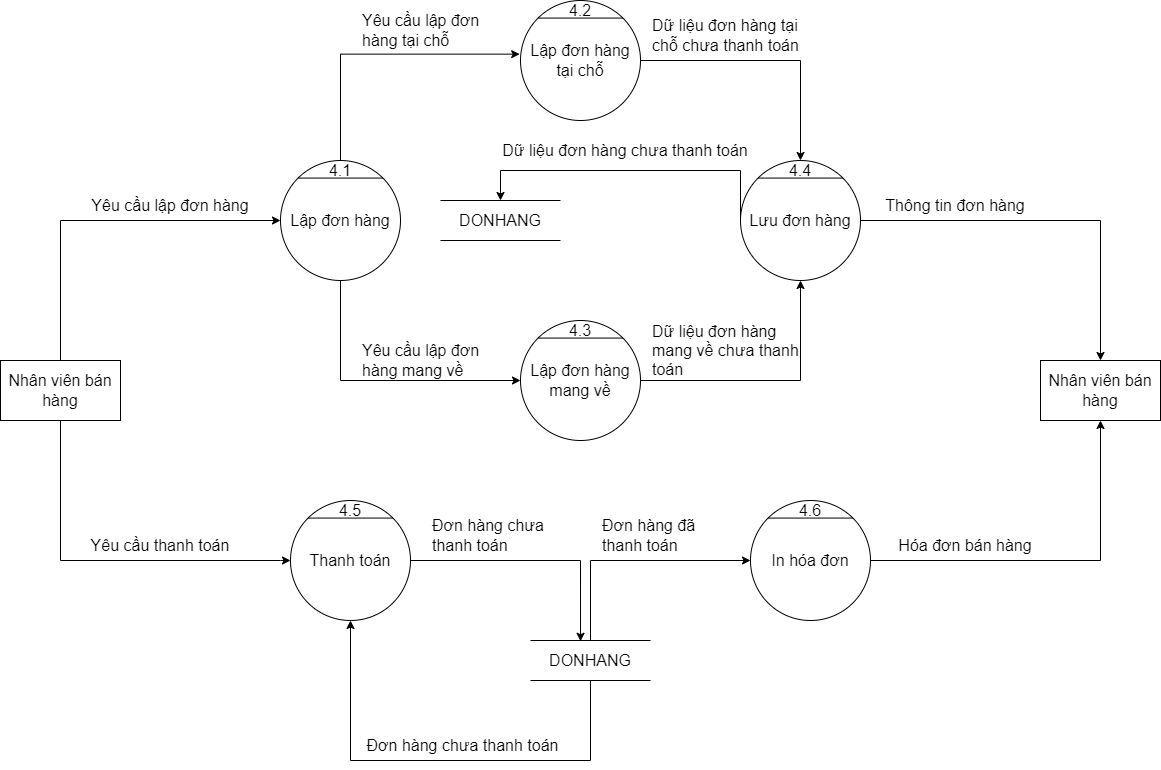
Earlier version of the draw.io export BFD&DFD/DFD_1_Sell_Version_Final.png (hungtadasuke/CoffeShop_SoftwareTechnology). Source tidied: cells renumbered, new cells last; positions are measured from the earlier drawing's top-left corner, leaving out a move shared by most shapes.
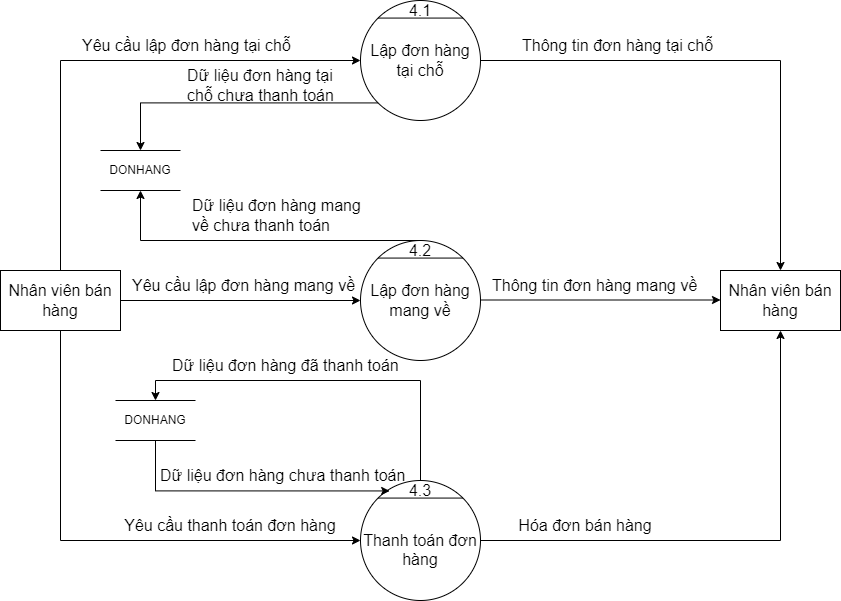
After the change.

What changed in the source:
```diff
@@ -2,178 +2,128 @@
   <root>
     <mxCell id="0" />
     <mxCell id="1" parent="0" />
-    <mxCell id="2" value="Lập đơn hàng" style="ellipse;whiteSpace=wrap;html=1;fontSize=16;" parent="1" vertex="1">
-      <mxGeometry x="280" y="160" width="120" height="120" as="geometry" />
-    </mxCell>
-    <mxCell id="3" style="endArrow=none;html=1;rounded=0;exitX=0;exitY=0;exitDx=0;exitDy=0;entryX=1;entryY=0;entryDx=0;entryDy=0;fontSize=16;" parent="1" edge="1" source="2" target="2">
-      <mxGeometry relative="1" as="geometry" />
-    </mxCell>
-    <mxCell id="4" value="4.1" style="text;html=1;strokeColor=none;fillColor=none;align=center;verticalAlign=middle;whiteSpace=wrap;rounded=0;fontSize=16;" parent="1" vertex="1">
-      <mxGeometry x="320" y="160" width="40" height="20" as="geometry" />
-    </mxCell>
     <mxCell id="5" value="Nhân viên bán hàng" style="rounded=0;whiteSpace=wrap;html=1;fontSize=16;" parent="1" vertex="1">
-      <mxGeometry y="360" width="120" height="60" as="geometry" />
+      <mxGeometry x="160" y="270" width="120" height="60" as="geometry" />
     </mxCell>
-    <mxCell id="6" value="Yêu cầu lập đơn hàng" style="text;html=1;strokeColor=none;fillColor=none;align=center;verticalAlign=middle;whiteSpace=wrap;rounded=0;fontSize=16;" parent="1" vertex="1">
-      <mxGeometry x="90" y="190" width="160" height="30" as="geometry" />
-    </mxCell>
     <mxCell id="7" value="Lập đơn hàng tại chỗ" style="ellipse;whiteSpace=wrap;html=1;fontSize=16;" parent="1" vertex="1">
       <mxGeometry x="520" width="120" height="120" as="geometry" />
     </mxCell>
     <mxCell id="8" style="endArrow=none;html=1;rounded=0;exitX=0;exitY=0;exitDx=0;exitDy=0;entryX=1;entryY=0;entryDx=0;entryDy=0;fontSize=16;" parent="1" edge="1" source="7" target="7">
       <mxGeometry relative="1" as="geometry" />
     </mxCell>
-    <mxCell id="9" value="4.2" style="text;html=1;strokeColor=none;fillColor=none;align=center;verticalAlign=middle;whiteSpace=wrap;rounded=0;fontSize=16;" parent="1" vertex="1">
+    <mxCell id="9" value="4.1" style="text;html=1;strokeColor=none;fillColor=none;align=center;verticalAlign=middle;whiteSpace=wrap;rounded=0;fontSize=16;" parent="1" vertex="1">
       <mxGeometry x="560" width="40" height="20" as="geometry" />
     </mxCell>
     <mxCell id="10" value="Lập đơn hàng mang về" style="ellipse;whiteSpace=wrap;html=1;fontSize=16;" parent="1" vertex="1">
-      <mxGeometry x="520" y="320" width="120" height="120" as="geometry" />
+      <mxGeometry x="520" y="240" width="120" height="120" as="geometry" />
     </mxCell>
     <mxCell id="11" style="endArrow=none;html=1;rounded=0;exitX=0;exitY=0;exitDx=0;exitDy=0;entryX=1;entryY=0;entryDx=0;entryDy=0;fontSize=16;" parent="1" edge="1" source="10" target="10">
       <mxGeometry relative="1" as="geometry" />
     </mxCell>
-    <mxCell id="12" value="4.3" style="text;html=1;strokeColor=none;fillColor=none;align=center;verticalAlign=middle;whiteSpace=wrap;rounded=0;fontSize=16;" parent="1" vertex="1">
-      <mxGeometry x="560" y="320" width="40" height="20" as="geometry" />
+    <mxCell id="12" value="4.2" style="text;html=1;strokeColor=none;fillColor=none;align=center;verticalAlign=middle;whiteSpace=wrap;rounded=0;fontSize=16;" parent="1" vertex="1">
+      <mxGeometry x="560" y="240" width="40" height="20" as="geometry" />
     </mxCell>
-    <mxCell id="13" style="edgeStyle=elbowEdgeStyle;elbow=horizontal;endArrow=classic;html=1;rounded=0;fontSize=16;entryX=-0.007;entryY=0.447;entryDx=0;entryDy=0;entryPerimeter=0;exitX=0.5;exitY=0;exitDx=0;exitDy=0;" parent="1" edge="1" source="4" target="7">
+    <mxCell id="13" style="edgeStyle=elbowEdgeStyle;elbow=horizontal;endArrow=classic;html=1;rounded=0;fontSize=16;exitX=0.5;exitY=0;exitDx=0;exitDy=0;entryX=0;entryY=0.5;entryDx=0;entryDy=0;" parent="1" edge="1" source="5" target="7">
       <mxGeometry relative="1" as="geometry">
         <Array as="points">
-          <mxPoint x="340" y="110" />
+          <mxPoint x="220" y="170" />
         </Array>
       </mxGeometry>
     </mxCell>
     <mxCell id="14" value="Yêu cầu lập đơn hàng tại chỗ" style="text;html=1;strokeColor=none;fillColor=none;align=left;verticalAlign=middle;whiteSpace=wrap;rounded=0;fontSize=16;" parent="1" vertex="1">
-      <mxGeometry x="360" y="10" width="130" height="40" as="geometry" />
+      <mxGeometry x="240" y="25" width="240" height="40" as="geometry" />
     </mxCell>
-    <mxCell id="15" style="edgeStyle=segmentEdgeStyle;endArrow=classic;html=1;rounded=0;fontSize=16;entryX=0;entryY=0.5;entryDx=0;entryDy=0;exitX=0.5;exitY=1;exitDx=0;exitDy=0;" parent="1" edge="1" source="2" target="10">
-      <mxGeometry relative="1" as="geometry">
-        <Array as="points">
-          <mxPoint x="340" y="380" />
-        </Array>
-      </mxGeometry>
-    </mxCell>
-    <mxCell id="16" value="Yêu cầu lập đơn hàng mang về" style="text;html=1;strokeColor=none;fillColor=none;align=left;verticalAlign=middle;whiteSpace=wrap;rounded=0;fontSize=16;" parent="1" vertex="1">
-      <mxGeometry x="360" y="340" width="130" height="40" as="geometry" />
-    </mxCell>
-    <mxCell id="17" value="DONHANG" style="shape=partialRectangle;whiteSpace=wrap;html=1;left=0;right=0;fillColor=none;fontSize=16;" parent="1" vertex="1">
-      <mxGeometry x="440" y="200" width="120" height="40" as="geometry" />
-    </mxCell>
-    <mxCell id="18" style="edgeStyle=segmentEdgeStyle;endArrow=classic;html=1;rounded=0;fontSize=16;exitX=1;exitY=0.5;exitDx=0;exitDy=0;" parent="1" edge="1" source="7">
+    <mxCell id="18" style="edgeStyle=segmentEdgeStyle;endArrow=classic;html=1;rounded=0;fontSize=16;exitX=1;exitY=0.5;exitDx=0;exitDy=0;entryX=0.5;entryY=0;entryDx=0;entryDy=0;" parent="1" edge="1" source="7" target="30">
       <mxGeometry relative="1" as="geometry">
-        <mxPoint x="800" y="160" as="targetPoint" />
+        <Array as="points">
+          <mxPoint x="940" y="60" />
+        </Array>
       </mxGeometry>
     </mxCell>
-    <mxCell id="19" style="edgeStyle=segmentEdgeStyle;endArrow=classic;html=1;rounded=0;fontSize=16;exitX=1;exitY=0.5;exitDx=0;exitDy=0;" parent="1" edge="1" source="10">
-      <mxGeometry relative="1" as="geometry">
-        <mxPoint x="800" y="280" as="targetPoint" />
-      </mxGeometry>
-    </mxCell>
-    <mxCell id="20" value="Dữ liệu đơn hàng tại chỗ chưa thanh toán" style="text;html=1;strokeColor=none;fillColor=none;align=left;verticalAlign=middle;whiteSpace=wrap;rounded=0;fontSize=16;" parent="1" vertex="1">
-      <mxGeometry x="650" y="10" width="150" height="50" as="geometry" />
+    <mxCell id="20" value="Thông tin đơn hàng tại chỗ" style="text;html=1;strokeColor=none;fillColor=none;align=left;verticalAlign=middle;whiteSpace=wrap;rounded=0;fontSize=16;" parent="1" vertex="1">
+      <mxGeometry x="680" y="20" width="210" height="50" as="geometry" />
     </mxCell>
-    <mxCell id="21" value="Dữ liệu đơn hàng mang về chưa thanh toán" style="text;html=1;strokeColor=none;fillColor=none;align=left;verticalAlign=middle;whiteSpace=wrap;rounded=0;fontSize=16;" parent="1" vertex="1">
-      <mxGeometry x="650" y="330" width="170" height="40" as="geometry" />
-    </mxCell>
-    <mxCell id="22" value="Thanh toán" style="ellipse;whiteSpace=wrap;html=1;fontSize=16;" parent="1" vertex="1">
-      <mxGeometry x="290" y="500" width="120" height="120" as="geometry" />
+    <mxCell id="22" value="&lt;br&gt;Thanh toán đơn hàng" style="ellipse;whiteSpace=wrap;html=1;fontSize=16;" parent="1" vertex="1">
+      <mxGeometry x="520" y="480" width="120" height="120" as="geometry" />
     </mxCell>
     <mxCell id="23" style="endArrow=none;html=1;rounded=0;exitX=0;exitY=0;exitDx=0;exitDy=0;entryX=1;entryY=0;entryDx=0;entryDy=0;fontSize=16;" parent="1" edge="1" source="22" target="22">
       <mxGeometry relative="1" as="geometry" />
     </mxCell>
-    <mxCell id="24" value="4.5" style="text;html=1;strokeColor=none;fillColor=none;align=center;verticalAlign=middle;whiteSpace=wrap;rounded=0;fontSize=16;" parent="1" vertex="1">
-      <mxGeometry x="330" y="500" width="40" height="20" as="geometry" />
+    <mxCell id="24" value="4.3" style="text;html=1;strokeColor=none;fillColor=none;align=center;verticalAlign=middle;whiteSpace=wrap;rounded=0;fontSize=16;" parent="1" vertex="1">
+      <mxGeometry x="560" y="480" width="40" height="20" as="geometry" />
     </mxCell>
-    <mxCell id="25" value="Lưu đơn hàng" style="ellipse;whiteSpace=wrap;html=1;fontSize=16;" parent="1" vertex="1">
-      <mxGeometry x="740" y="160" width="120" height="120" as="geometry" />
-    </mxCell>
-    <mxCell id="26" style="endArrow=none;html=1;rounded=0;exitX=0;exitY=0;exitDx=0;exitDy=0;entryX=1;entryY=0;entryDx=0;entryDy=0;fontSize=16;" parent="1" edge="1" source="25" target="25">
-      <mxGeometry relative="1" as="geometry" />
-    </mxCell>
-    <mxCell id="27" value="4.4" style="text;html=1;strokeColor=none;fillColor=none;align=center;verticalAlign=middle;whiteSpace=wrap;rounded=0;fontSize=16;" parent="1" vertex="1">
-      <mxGeometry x="780" y="160" width="40" height="20" as="geometry" />
-    </mxCell>
-    <mxCell id="28" style="edgeStyle=segmentEdgeStyle;endArrow=classic;html=1;rounded=0;fontSize=16;exitX=0;exitY=0.5;exitDx=0;exitDy=0;entryX=0.5;entryY=0;entryDx=0;entryDy=0;" parent="1" edge="1" source="25" target="17">
-      <mxGeometry relative="1" as="geometry">
-        <Array as="points">
-          <mxPoint x="740" y="170" />
-          <mxPoint x="500" y="170" />
-        </Array>
-      </mxGeometry>
-    </mxCell>
+    <mxCell id="30" value="Nhân viên bán hàng" style="rounded=0;whiteSpace=wrap;html=1;fontSize=16;" parent="1" vertex="1">
+      <mxGeometry x="880" y="270" width="120" height="60" as="geometry" />
+    </mxCell>
+    <mxCell id="48" value="DONHANG" style="shape=partialRectangle;whiteSpace=wrap;html=1;left=0;right=0;fillColor=none;" parent="1" vertex="1">
+      <mxGeometry x="260" y="150" width="80" height="40" as="geometry" />
+    </mxCell>
+    <mxCell id="49" style="edgeStyle=segmentEdgeStyle;endArrow=classic;html=1;rounded=0;exitX=0;exitY=1;exitDx=0;exitDy=0;entryX=0.5;entryY=0;entryDx=0;entryDy=0;" parent="1" edge="1" source="7" target="48">
+      <mxGeometry relative="1" as="geometry" />
+    </mxCell>
+    <mxCell id="50" value="Dữ liệu đơn hàng tại chỗ chưa thanh toán" style="text;html=1;strokeColor=none;fillColor=none;align=left;verticalAlign=middle;whiteSpace=wrap;rounded=0;fontSize=16;" parent="1" vertex="1">
+      <mxGeometry x="345" y="60" width="160" height="50" as="geometry" />
+    </mxCell>
+    <mxCell id="51" style="endArrow=classic;html=1;rounded=0;exitX=1;exitY=0.5;exitDx=0;exitDy=0;entryX=0;entryY=0.5;entryDx=0;entryDy=0;" parent="1" edge="1" source="5" target="10">
+      <mxGeometry relative="1" as="geometry" />
+    </mxCell>
+    <mxCell id="52" style="endArrow=classic;html=1;rounded=0;exitX=1;exitY=0.5;exitDx=0;exitDy=0;entryX=0;entryY=0.5;entryDx=0;entryDy=0;" parent="1" edge="1">
+      <mxGeometry relative="1" as="geometry">
+        <mxPoint x="640" y="299.5" as="sourcePoint" />
+        <mxPoint x="880" y="299.5" as="targetPoint" />
+      </mxGeometry>
+    </mxCell>
+    <mxCell id="16" value="Yêu cầu lập đơn hàng mang về" style="text;html=1;strokeColor=none;fillColor=none;align=left;verticalAlign=middle;whiteSpace=wrap;rounded=0;fontSize=16;" parent="1" vertex="1">
+      <mxGeometry x="290" y="270" width="240" height="30" as="geometry" />
+    </mxCell>
+    <mxCell id="53" value="Thông tin đơn hàng mang về" style="text;html=1;strokeColor=none;fillColor=none;align=left;verticalAlign=middle;whiteSpace=wrap;rounded=0;fontSize=16;" parent="1" vertex="1">
+      <mxGeometry x="650" y="260" width="210" height="50" as="geometry" />
+    </mxCell>
+    <mxCell id="54" style="edgeStyle=segmentEdgeStyle;endArrow=classic;html=1;rounded=0;exitX=0.5;exitY=0;exitDx=0;exitDy=0;entryX=0.5;entryY=1;entryDx=0;entryDy=0;" parent="1" edge="1" source="12" target="48">
+      <mxGeometry relative="1" as="geometry" />
+    </mxCell>
+    <mxCell id="21" value="Dữ liệu đơn hàng mang về chưa thanh toán" style="text;html=1;strokeColor=none;fillColor=none;align=left;verticalAlign=middle;whiteSpace=wrap;rounded=0;fontSize=16;" parent="1" vertex="1">
+      <mxGeometry x="350" y="190" width="180" height="50" as="geometry" />
+    </mxCell>
+    <mxCell id="34" style="edgeStyle=segmentEdgeStyle;endArrow=classic;html=1;rounded=0;exitX=0.5;exitY=1;exitDx=0;exitDy=0;entryX=0;entryY=0.5;entryDx=0;entryDy=0;" parent="1" edge="1" source="5" target="22">
+      <mxGeometry relative="1" as="geometry">
+        <Array as="points">
+          <mxPoint x="220" y="540" />
+        </Array>
+      </mxGeometry>
+    </mxCell>
+    <mxCell id="55" value="&lt;font style=&quot;font-size: 16px&quot;&gt;Yêu cầu thanh toán đơn hàng&lt;/font&gt;" style="text;html=1;strokeColor=none;fillColor=none;align=center;verticalAlign=middle;whiteSpace=wrap;rounded=0;" parent="1" vertex="1">
+      <mxGeometry x="275" y="510" width="230" height="30" as="geometry" />
+    </mxCell>
+    <mxCell id="56" style="edgeStyle=segmentEdgeStyle;endArrow=classic;html=1;rounded=0;fontSize=16;exitX=1;exitY=0.5;exitDx=0;exitDy=0;entryX=0.5;entryY=1;entryDx=0;entryDy=0;" parent="1" edge="1" source="22" target="30">
+      <mxGeometry relative="1" as="geometry" />
+    </mxCell>
+    <mxCell id="47" value="&lt;font style=&quot;font-size: 16px&quot;&gt;Hóa đơn bán hàng&lt;/font&gt;" style="text;html=1;strokeColor=none;fillColor=none;align=center;verticalAlign=middle;whiteSpace=wrap;rounded=0;" parent="1" vertex="1">
+      <mxGeometry x="630" y="510" width="230" height="30" as="geometry" />
+    </mxCell>
+    <mxCell id="57" value="DONHANG" style="shape=partialRectangle;whiteSpace=wrap;html=1;left=0;right=0;fillColor=none;" parent="1" vertex="1">
+      <mxGeometry x="275" y="400" width="80" height="40" as="geometry" />
+    </mxCell>
+    <mxCell id="58" style="edgeStyle=segmentEdgeStyle;endArrow=classic;html=1;rounded=0;fontSize=16;exitX=0.5;exitY=0;exitDx=0;exitDy=0;entryX=0.5;entryY=0;entryDx=0;entryDy=0;" parent="1" edge="1" source="24" target="57">
+      <mxGeometry relative="1" as="geometry">
+        <Array as="points">
+          <mxPoint x="580" y="380" />
+          <mxPoint x="315" y="380" />
+        </Array>
+      </mxGeometry>
+    </mxCell>
+    <mxCell id="59" value="Dữ liệu đơn hàng đã thanh toán" style="text;html=1;strokeColor=none;fillColor=none;align=left;verticalAlign=middle;whiteSpace=wrap;rounded=0;fontSize=16;" parent="1" vertex="1">
+      <mxGeometry x="330" y="340" width="245" height="50" as="geometry" />
+    </mxCell>
+    <mxCell id="60" style="edgeStyle=segmentEdgeStyle;endArrow=classic;html=1;rounded=0;fontSize=16;exitX=0.5;exitY=1;exitDx=0;exitDy=0;entryX=0.243;entryY=0.087;entryDx=0;entryDy=0;entryPerimeter=0;" parent="1" edge="1" source="57" target="22">
+      <mxGeometry relative="1" as="geometry">
+        <Array as="points">
+          <mxPoint x="315" y="490" />
+        </Array>
+      </mxGeometry>
+    </mxCell>
-    <mxCell id="29" value="Dữ liệu đơn hàng chưa thanh toán" style="text;html=1;strokeColor=none;fillColor=none;align=center;verticalAlign=middle;whiteSpace=wrap;rounded=0;fontSize=16;" parent="1" vertex="1">
-      <mxGeometry x="490" y="130" width="270" height="40" as="geometry" />
+    <mxCell id="29" value="Dữ liệu đơn hàng chưa thanh toán" style="text;html=1;strokeColor=none;fillColor=none;align=left;verticalAlign=middle;whiteSpace=wrap;rounded=0;fontSize=16;" parent="1" vertex="1">
+      <mxGeometry x="317.5" y="450" width="270" height="50" as="geometry" />
     </mxCell>
-    <mxCell id="30" value="Nhân viên bán hàng" style="rounded=0;whiteSpace=wrap;html=1;fontSize=16;" parent="1" vertex="1">
-      <mxGeometry x="1040" y="360" width="120" height="60" as="geometry" />
-    </mxCell>
-    <mxCell id="31" style="edgeStyle=segmentEdgeStyle;endArrow=classic;html=1;rounded=0;fontSize=16;exitX=0.5;exitY=0;exitDx=0;exitDy=0;entryX=0;entryY=0.5;entryDx=0;entryDy=0;" parent="1" edge="1" source="5" target="2">
-      <mxGeometry relative="1" as="geometry">
-        <Array as="points">
-          <mxPoint x="60" y="220" />
-        </Array>
-      </mxGeometry>
-    </mxCell>
-    <mxCell id="32" style="edgeStyle=segmentEdgeStyle;endArrow=classic;html=1;rounded=0;fontSize=16;exitX=1;exitY=0.5;exitDx=0;exitDy=0;entryX=0.5;entryY=0;entryDx=0;entryDy=0;" parent="1" edge="1" source="25" target="30">
-      <mxGeometry relative="1" as="geometry" />
-    </mxCell>
-    <mxCell id="33" value="Thông tin đơn hàng" style="text;html=1;strokeColor=none;fillColor=none;align=center;verticalAlign=middle;whiteSpace=wrap;rounded=0;fontSize=16;" parent="1" vertex="1">
-      <mxGeometry x="850" y="185" width="210" height="40" as="geometry" />
-    </mxCell>
-    <mxCell id="34" style="edgeStyle=segmentEdgeStyle;endArrow=classic;html=1;rounded=0;fontSize=16;exitX=0.5;exitY=1;exitDx=0;exitDy=0;entryX=0;entryY=0.5;entryDx=0;entryDy=0;" parent="1" edge="1" source="5" target="22">
-      <mxGeometry relative="1" as="geometry">
-        <Array as="points">
-          <mxPoint x="60" y="560" />
-          <mxPoint x="280" y="560" />
-        </Array>
-      </mxGeometry>
-    </mxCell>
-    <mxCell id="35" value="Yêu cầu thanh toán" style="text;html=1;strokeColor=none;fillColor=none;align=center;verticalAlign=middle;whiteSpace=wrap;rounded=0;fontSize=16;" parent="1" vertex="1">
-      <mxGeometry x="80" y="530" width="160" height="30" as="geometry" />
-    </mxCell>
-    <mxCell id="36" value="DONHANG" style="shape=partialRectangle;whiteSpace=wrap;html=1;left=0;right=0;fillColor=none;fontSize=16;" parent="1" vertex="1">
-      <mxGeometry x="530" y="640" width="120" height="40" as="geometry" />
-    </mxCell>
-    <mxCell id="37" value="In hóa đơn" style="ellipse;whiteSpace=wrap;html=1;fontSize=16;" parent="1" vertex="1">
-      <mxGeometry x="750" y="500" width="120" height="120" as="geometry" />
-    </mxCell>
-    <mxCell id="38" style="endArrow=none;html=1;rounded=0;exitX=0;exitY=0;exitDx=0;exitDy=0;entryX=1;entryY=0;entryDx=0;entryDy=0;fontSize=16;" parent="1" edge="1" source="37" target="37">
-      <mxGeometry relative="1" as="geometry" />
-    </mxCell>
-    <mxCell id="39" value="4.6" style="text;html=1;strokeColor=none;fillColor=none;align=center;verticalAlign=middle;whiteSpace=wrap;rounded=0;fontSize=16;" parent="1" vertex="1">
-      <mxGeometry x="790" y="500" width="40" height="20" as="geometry" />
-    </mxCell>
-    <mxCell id="40" style="edgeStyle=segmentEdgeStyle;endArrow=classic;html=1;rounded=0;fontSize=16;exitX=0.5;exitY=0;exitDx=0;exitDy=0;entryX=0;entryY=0.5;entryDx=0;entryDy=0;" parent="1" edge="1" source="36" target="37">
-      <mxGeometry relative="1" as="geometry">
-        <Array as="points">
-          <mxPoint x="590" y="560" />
-        </Array>
-      </mxGeometry>
-    </mxCell>
-    <mxCell id="41" value="Đơn hàng đã thanh toán" style="text;html=1;strokeColor=none;fillColor=none;align=left;verticalAlign=middle;whiteSpace=wrap;rounded=0;fontSize=16;" parent="1" vertex="1">
-      <mxGeometry x="600" y="520" width="120" height="30" as="geometry" />
-    </mxCell>
-    <mxCell id="42" style="edgeStyle=segmentEdgeStyle;endArrow=classic;html=1;rounded=0;fontSize=16;exitX=0.5;exitY=1;exitDx=0;exitDy=0;entryX=0.5;entryY=1;entryDx=0;entryDy=0;" parent="1" edge="1" source="36" target="22">
-      <mxGeometry relative="1" as="geometry">
-        <Array as="points">
-          <mxPoint x="590" y="760" />
-          <mxPoint x="350" y="760" />
-        </Array>
-      </mxGeometry>
-    </mxCell>
-    <mxCell id="43" value="Đơn hàng chưa thanh toán" style="text;html=1;strokeColor=none;fillColor=none;align=center;verticalAlign=middle;whiteSpace=wrap;rounded=0;fontSize=16;" parent="1" vertex="1">
-      <mxGeometry x="360" y="730" width="205" height="30" as="geometry" />
-    </mxCell>
-    <mxCell id="44" style="edgeStyle=segmentEdgeStyle;endArrow=classic;html=1;rounded=0;fontSize=16;exitX=1;exitY=0.5;exitDx=0;exitDy=0;entryX=0.417;entryY=0.02;entryDx=0;entryDy=0;entryPerimeter=0;" parent="1" edge="1" source="22" target="36">
-      <mxGeometry relative="1" as="geometry" />
-    </mxCell>
-    <mxCell id="45" value="Đơn hàng chưa thanh toán" style="text;html=1;strokeColor=none;fillColor=none;align=left;verticalAlign=middle;whiteSpace=wrap;rounded=0;fontSize=16;" parent="1" vertex="1">
-      <mxGeometry x="430" y="520" width="120" height="30" as="geometry" />
-    </mxCell>
-    <mxCell id="46" style="edgeStyle=segmentEdgeStyle;endArrow=classic;html=1;rounded=0;fontSize=16;entryX=0.5;entryY=1;entryDx=0;entryDy=0;exitX=1;exitY=0.5;exitDx=0;exitDy=0;" parent="1" edge="1" source="37" target="30">
-      <mxGeometry relative="1" as="geometry" />
-    </mxCell>
-    <mxCell id="47" value="Hóa đơn bán hàng" style="text;html=1;strokeColor=none;fillColor=none;align=center;verticalAlign=middle;whiteSpace=wrap;rounded=0;fontSize=16;" parent="1" vertex="1">
-      <mxGeometry x="860" y="525" width="210" height="40" as="geometry" />
-    </mxCell>
   </root>
 </mxGraphModel>
```
